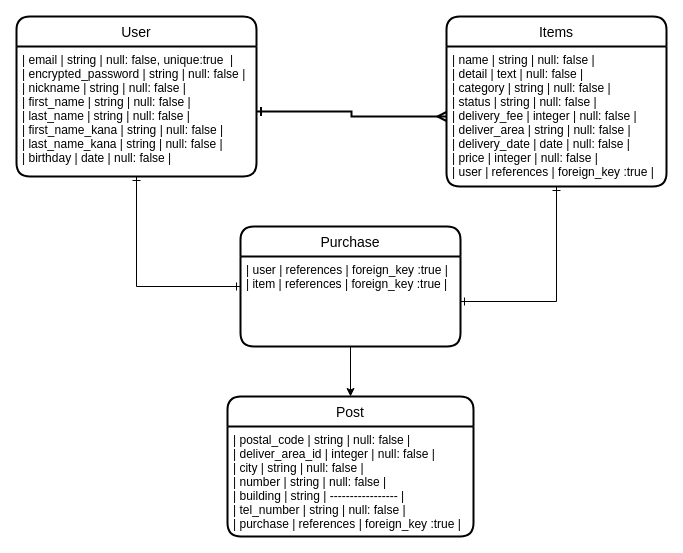
Above: ER.dio in NobuMuto/furima-31535 (draw.io), before the change. Source tidied: cells renumbered, new cells numbered last; positions are measured from the earlier drawing's top-left corner, leaving out a move shared by most shapes. Both pictures are drawn from the tidied source at 100%, with x=0, y=0 at pixel (16, 16).
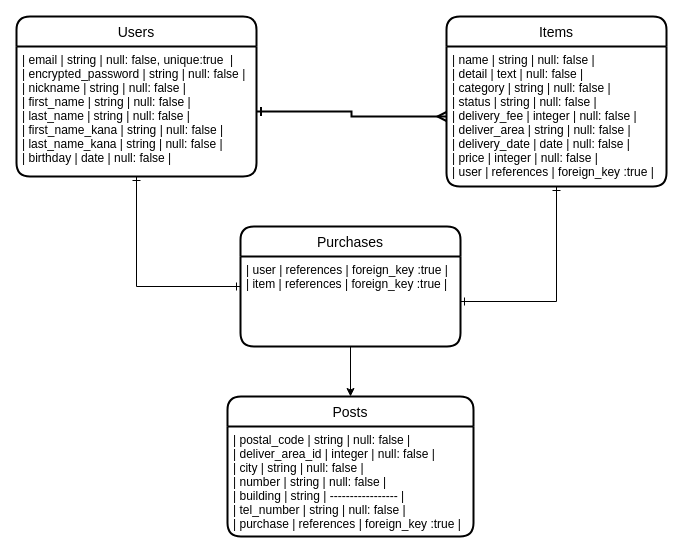
The same page after the edit.

Change to the diagram source:
```diff
@@
 <mxGraphModel>
   <root>
     <mxCell id="0" />
     <mxCell id="1" parent="0" />
-    <mxCell id="2" value="User" style="swimlane;horizontal=1;startSize=30;rounded=1;fontSize=14;fontStyle=0;strokeWidth=2;shadow=0;dashed=0;align=center;" parent="1" vertex="1">
+    <mxCell id="2" value="Users" style="swimlane;horizontal=1;startSize=30;rounded=1;fontSize=14;fontStyle=0;strokeWidth=2;shadow=0;dashed=0;align=center;" parent="1" vertex="1">
       <mxGeometry width="240" height="160" as="geometry" />
     </mxCell>
     <mxCell id="3" value="| email              | string | null: false, unique:true  |&#10;| encrypted_password | string | null: false |&#10;| nickname           | string | null: false |&#10;| first_name         | string | null: false |&#10;| last_name          | string | null: false |&#10;| first_name_kana    | string | null: false |&#10;| last_name_kana     | string | null: false |&#10;| birthday           | date   | null: false |" style="align=left;strokeColor=none;fillColor=none;spacingLeft=4;fontSize=12;verticalAlign=top;" parent="2" vertex="1">
       <mxGeometry y="30" width="240" height="130" as="geometry" />
     </mxCell>
     <mxCell id="4" value="Items" style="swimlane;horizontal=1;startSize=30;rounded=1;fontSize=14;fontStyle=0;strokeWidth=2;shadow=0;dashed=0;align=center;" parent="1" vertex="1">
       <mxGeometry x="430" width="220" height="170" as="geometry" />
     </mxCell>
     <mxCell id="5" value="| name          | string     | null: false       |&#10;| detail        | text       | null: false       |&#10;| category      | string     | null: false       |&#10;| status        | string     | null: false       |&#10;| delivery_fee  | integer    | null: false       |&#10;| deliver_area  | string     | null: false       |&#10;| delivery_date | date       | null: false       |&#10;| price         | integer    | null: false       |&#10;| user          | references | foreign_key :true |" style="align=left;strokeColor=none;fillColor=none;spacingLeft=4;fontSize=12;verticalAlign=top;" parent="4" vertex="1">
       <mxGeometry y="30" width="220" height="140" as="geometry" />
     </mxCell>
-    <mxCell id="6" value="Purchase" style="swimlane;horizontal=1;startSize=30;rounded=1;fontSize=14;fontStyle=0;strokeWidth=2;shadow=0;dashed=0;align=center;" parent="1" vertex="1">
+    <mxCell id="6" value="Purchases" style="swimlane;horizontal=1;startSize=30;rounded=1;fontSize=14;fontStyle=0;strokeWidth=2;shadow=0;dashed=0;align=center;" parent="1" vertex="1">
       <mxGeometry x="224" y="210" width="220" height="120" as="geometry" />
     </mxCell>
     <mxCell id="7" value="| user            | references | foreign_key :true |&#10;| item            | references | foreign_key :true |" style="align=left;strokeColor=none;fillColor=none;spacingLeft=4;fontSize=12;verticalAlign=top;" parent="6" vertex="1">
       <mxGeometry y="30" width="220" height="90" as="geometry" />
     </mxCell>
-    <mxCell id="8" value="Post" style="swimlane;horizontal=1;startSize=30;rounded=1;fontSize=14;fontStyle=0;strokeWidth=2;shadow=0;dashed=0;align=center;" parent="1" vertex="1">
+    <mxCell id="8" value="Posts" style="swimlane;horizontal=1;startSize=30;rounded=1;fontSize=14;fontStyle=0;strokeWidth=2;shadow=0;dashed=0;align=center;" parent="1" vertex="1">
       <mxGeometry x="211" y="380" width="246" height="140" as="geometry" />
     </mxCell>
     <mxCell id="9" value="| postal_code   | string | null: false       |&#10;| deliver_area_id  | integer    | null: false       |&#10;| city          | string     | null: false       |&#10;| number        | string     | null: false       |&#10;| building      | string     | ----------------- |&#10;| tel_number    | string     | null: false       |&#10;| purchase      | references | foreign_key :true |" style="align=left;strokeColor=none;fillColor=none;spacingLeft=4;fontSize=12;verticalAlign=top;" parent="8" vertex="1">
       <mxGeometry y="30" width="246" height="110" as="geometry" />
     </mxCell>
     <mxCell id="10" style="edgeStyle=orthogonalEdgeStyle;rounded=0;jettySize=auto;html=1;exitX=1;exitY=0.5;exitDx=0;exitDy=0;entryX=0;entryY=0.5;entryDx=0;entryDy=0;endArrow=ERmany;endFill=0;startArrow=ERone;startFill=0;strokeWidth=2;" parent="1" edge="1" source="3" target="5">
       <mxGeometry relative="1" as="geometry" />
     </mxCell>
     <mxCell id="11" style="edgeStyle=orthogonalEdgeStyle;rounded=0;jettySize=auto;html=1;entryX=0;entryY=0.5;entryDx=0;entryDy=0;startArrow=ERone;startFill=0;endArrow=ERone;endFill=0;exitX=0.5;exitY=1;exitDx=0;exitDy=0;" parent="1" edge="1" source="3" target="6">
       <mxGeometry relative="1" as="geometry">
         <Array as="points">
           <mxPoint x="120" y="270" />
         </Array>
       </mxGeometry>
     </mxCell>
     <mxCell id="12" style="edgeStyle=orthogonalEdgeStyle;rounded=0;jettySize=auto;html=1;exitX=0.5;exitY=1;exitDx=0;exitDy=0;entryX=1;entryY=0.5;entryDx=0;entryDy=0;startArrow=ERone;startFill=0;endArrow=ERone;endFill=0;" parent="1" edge="1" source="5" target="7">
       <mxGeometry relative="1" as="geometry" />
     </mxCell>
     <mxCell id="13" style="edgeStyle=orthogonalEdgeStyle;rounded=0;jettySize=auto;html=1;exitX=0.5;exitY=1;exitDx=0;exitDy=0;entryX=0.5;entryY=0;entryDx=0;entryDy=0;" parent="1" edge="1" source="7" target="8">
       <mxGeometry relative="1" as="geometry" />
     </mxCell>
   </root>
 </mxGraphModel>
```
